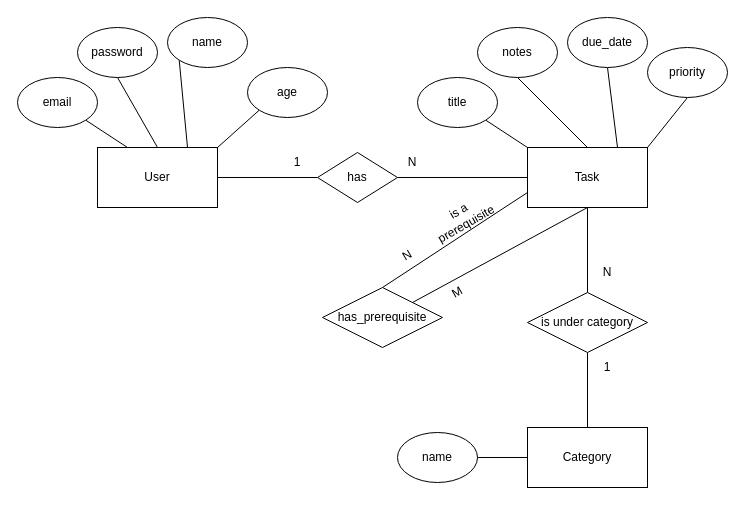
Above: db-design.drawio in itsEmadK/django-task-manager (draw.io), before the change. Source tidied: cells renumbered, new cells numbered last; positions are measured from the earlier drawing's top-left corner, leaving out a move shared by most shapes. Both pictures are drawn from the tidied source at 100%, with x=0, y=0 at pixel (17, 17).
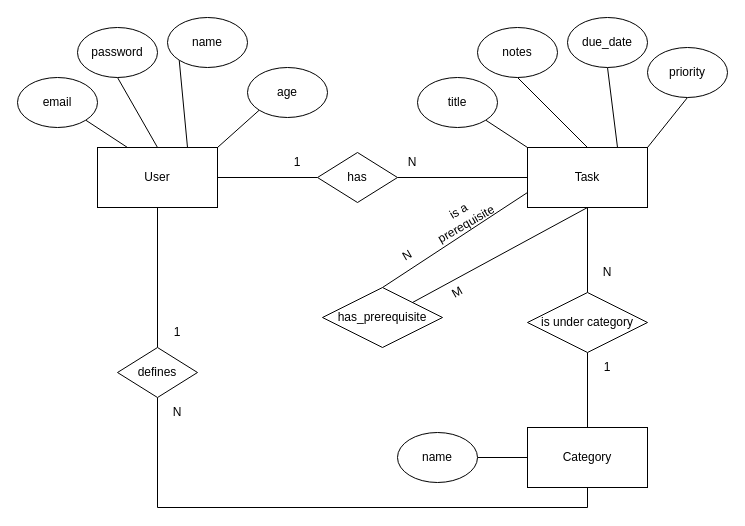
The same page after the edit.

Commit message:
Update db schema to add missing relation

The change refers to these unchanged cells:
```xml
<mxCell id="7" value="User" style="rounded=0;whiteSpace=wrap;html=1;" parent="1" vertex="1">
  <mxGeometry x="80" y="130" width="120" height="60" as="geometry" />
</mxCell>
<mxCell id="33" value="Category" style="rounded=0;whiteSpace=wrap;html=1;" parent="1" vertex="1">
  <mxGeometry x="510" y="410" width="120" height="60" as="geometry" />
</mxCell>
```

What changed in the source:
```diff
@@
+    <mxCell id="40" style="edgeStyle=none;shape=wire;rounded=0;jettySize=auto;html=1;exitX=0.5;exitY=1;exitDx=0;exitDy=0;entryX=0.5;entryY=0;entryDx=0;entryDy=0;dashed=1;endArrow=none;endFill=0;" parent="1" edge="1" source="7" target="42">
+      <mxGeometry relative="1" as="geometry" />
+    </mxCell>
@@
+    <mxCell id="41" style="edgeStyle=orthogonalEdgeStyle;shape=wire;rounded=0;jettySize=auto;html=1;exitX=0.5;exitY=1;exitDx=0;exitDy=0;entryX=0.5;entryY=1;entryDx=0;entryDy=0;dashed=1;endArrow=none;endFill=0;" parent="1" edge="1" source="42" target="33">
+      <mxGeometry relative="1" as="geometry" />
+    </mxCell>
+    <mxCell id="42" value="defines" style="rhombus;whiteSpace=wrap;html=1;shapeInside=1;" parent="1" vertex="1">
+      <mxGeometry x="100" y="330" width="80" height="50" as="geometry" />
+    </mxCell>
+    <mxCell id="43" value="1" style="text;html=1;whiteSpace=wrap;strokeColor=none;fillColor=none;align=center;verticalAlign=middle;rounded=0;" parent="1" vertex="1">
+      <mxGeometry x="130" y="300" width="60" height="30" as="geometry" />
+    </mxCell>
+    <mxCell id="44" value="N" style="text;html=1;whiteSpace=wrap;strokeColor=none;fillColor=none;align=center;verticalAlign=middle;rounded=0;" parent="1" vertex="1">
+      <mxGeometry x="130" y="380" width="60" height="30" as="geometry" />
+    </mxCell>
```
